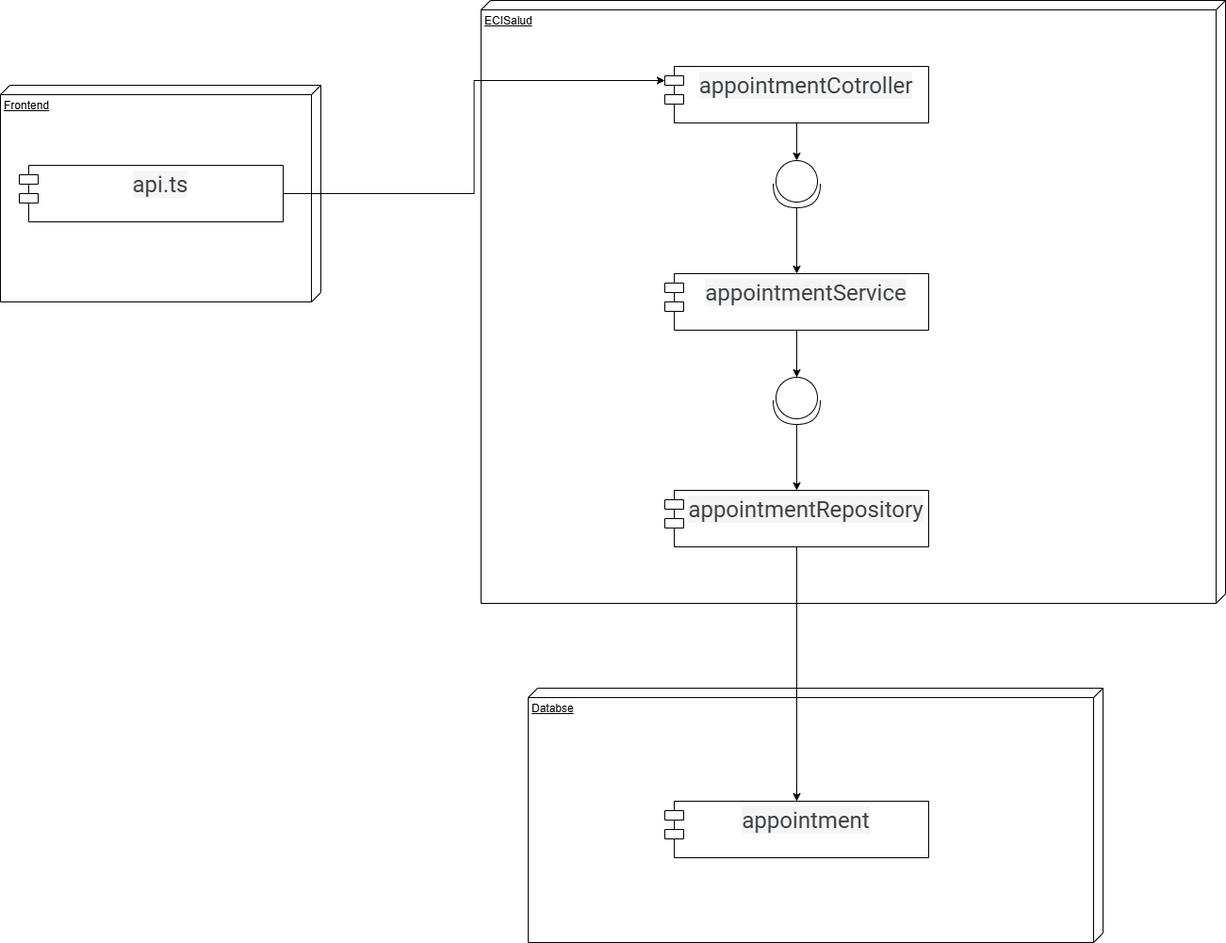
Before: assets/imgs/Componentes.png, a diagram exported from draw.io (MimiRandomS/CVDS_TercerParcial). Source tidied: cells renumbered, new cells last; positions are measured from the earlier drawing's top-left corner, leaving out a move shared by most shapes. The source it was exported from:
```xml
<mxGraphModel>
  <root>
    <mxCell id="0" />
    <mxCell id="1" parent="0" />
    <mxCell id="2" value="Databse" style="verticalAlign=top;align=left;spacingTop=8;spacingLeft=2;spacingRight=12;shape=cube;size=10;direction=south;fontStyle=4;html=1;whiteSpace=wrap;" parent="1" vertex="1">
      <mxGeometry x="560" y="730" width="610" height="270" as="geometry" />
    </mxCell>
    <mxCell id="3" value="ECISalud&lt;span style=&quot;color: rgba(0, 0, 0, 0); font-family: monospace; font-size: 0px; text-wrap-mode: nowrap;&quot;&gt;%3CmxGraphModel%3E%3Croot%3E%3CmxCell%20id%3D%220%22%2F%3E%3CmxCell%20id%3D%221%22%20parent%3D%220%22%2F%3E%3CmxCell%20id%3D%222%22%20value%3D%22%22%20style%3D%22shape%3DprovidedRequiredInterface%3Bhtml%3D1%3BverticalLabelPosition%3Dbottom%3Bsketch%3D0%3B%22%20vertex%3D%221%22%20parent%3D%221%22%3E%3CmxGeometry%20x%3D%22500%22%20y%3D%22255%22%20width%3D%2250%22%20height%3D%2250%22%20as%3D%22geometry%22%2F%3E%3C%2FmxCell%3E%3C%2Froot%3E%3C%2FmxGraphModel%3E&lt;/span&gt;" style="verticalAlign=top;align=left;spacingTop=8;spacingLeft=2;spacingRight=12;shape=cube;size=10;direction=south;fontStyle=4;html=1;whiteSpace=wrap;" parent="1" vertex="1">
      <mxGeometry x="510" width="790" height="640" as="geometry" />
    </mxCell>
    <mxCell id="4" value="&lt;span style=&quot;color: rgb(60, 64, 67); font-family: Roboto, RobotoDraft, Helvetica, Arial, sans-serif; font-size: 24px; text-align: start; white-space-collapse: preserve; background-color: rgb(245, 245, 245);&quot;&gt;appointmentCotroller&lt;/span&gt;&lt;div&gt;&lt;span style=&quot;color: rgb(60, 64, 67); font-family: Roboto, RobotoDraft, Helvetica, Arial, sans-serif; font-size: 24px; text-align: start; white-space-collapse: preserve; background-color: rgb(245, 245, 245);&quot;&gt;&lt;br&gt;&lt;/span&gt;&lt;/div&gt;" style="shape=module;align=left;spacingLeft=20;align=center;verticalAlign=top;whiteSpace=wrap;html=1;" parent="1" vertex="1">
      <mxGeometry x="705" y="70" width="280" height="60" as="geometry" />
    </mxCell>
    <mxCell id="5" style="edgeStyle=orthogonalEdgeStyle;rounded=0;jettySize=auto;html=1;exitX=0.5;exitY=1;exitDx=0;exitDy=0;" parent="1" edge="1" source="6" target="14">
      <mxGeometry relative="1" as="geometry" />
    </mxCell>
    <mxCell id="6" value="&lt;span style=&quot;color: rgb(60, 64, 67); font-family: Roboto, RobotoDraft, Helvetica, Arial, sans-serif; font-size: 24px; text-align: start; white-space-collapse: preserve; background-color: rgb(245, 245, 245);&quot;&gt;appointmentRepository&lt;/span&gt;&lt;div&gt;&lt;div&gt;&lt;span style=&quot;color: rgb(60, 64, 67); font-family: Roboto, RobotoDraft, Helvetica, Arial, sans-serif; font-size: 24px; text-align: start; white-space-collapse: preserve; background-color: rgb(245, 245, 245);&quot;&gt;&lt;br&gt;&lt;/span&gt;&lt;/div&gt;&lt;/div&gt;" style="shape=module;align=left;spacingLeft=20;align=center;verticalAlign=top;whiteSpace=wrap;html=1;" parent="1" vertex="1">
      <mxGeometry x="705" y="520" width="280" height="60" as="geometry" />
    </mxCell>
    <mxCell id="7" style="edgeStyle=orthogonalEdgeStyle;rounded=0;jettySize=auto;html=1;exitX=0.5;exitY=1;exitDx=0;exitDy=0;" parent="1" edge="1" source="8" target="13">
      <mxGeometry relative="1" as="geometry" />
    </mxCell>
    <mxCell id="8" value="&lt;span style=&quot;color: rgb(60, 64, 67); font-family: Roboto, RobotoDraft, Helvetica, Arial, sans-serif; font-size: 24px; text-align: start; white-space-collapse: preserve; background-color: rgb(245, 245, 245);&quot;&gt;appointmentService&lt;/span&gt;&lt;div&gt;&lt;div&gt;&lt;div&gt;&lt;span style=&quot;color: rgb(60, 64, 67); font-family: Roboto, RobotoDraft, Helvetica, Arial, sans-serif; font-size: 24px; text-align: start; white-space-collapse: preserve; background-color: rgb(245, 245, 245);&quot;&gt;&lt;br&gt;&lt;/span&gt;&lt;/div&gt;&lt;/div&gt;&lt;/div&gt;" style="shape=module;align=left;spacingLeft=20;align=center;verticalAlign=top;whiteSpace=wrap;html=1;" parent="1" vertex="1">
      <mxGeometry x="705" y="290" width="280" height="60" as="geometry" />
    </mxCell>
    <mxCell id="9" style="edgeStyle=orthogonalEdgeStyle;rounded=0;jettySize=auto;html=1;" parent="1" edge="1" source="10" target="8">
      <mxGeometry relative="1" as="geometry" />
    </mxCell>
    <mxCell id="10" style="shape=providedRequiredInterface;html=1;verticalLabelPosition=bottom;sketch=0;rotation=90;" parent="1" vertex="1">
      <mxGeometry x="820" y="170" width="50" height="50" as="geometry" />
    </mxCell>
    <mxCell id="11" style="edgeStyle=orthogonalEdgeStyle;rounded=0;jettySize=auto;html=1;entryX=0;entryY=0.5;entryDx=0;entryDy=0;entryPerimeter=0;" parent="1" edge="1" source="4" target="10">
      <mxGeometry relative="1" as="geometry" />
    </mxCell>
    <mxCell id="12" style="edgeStyle=orthogonalEdgeStyle;rounded=0;jettySize=auto;html=1;entryX=0.5;entryY=0;entryDx=0;entryDy=0;" parent="1" edge="1" source="13" target="6">
      <mxGeometry relative="1" as="geometry" />
    </mxCell>
    <mxCell id="13" style="shape=providedRequiredInterface;html=1;verticalLabelPosition=bottom;sketch=0;rotation=90;" parent="1" vertex="1">
      <mxGeometry x="820" y="400" width="50" height="50" as="geometry" />
    </mxCell>
    <mxCell id="14" value="&lt;span style=&quot;color: rgb(60, 64, 67); font-family: Roboto, RobotoDraft, Helvetica, Arial, sans-serif; font-size: 24px; text-align: start; white-space-collapse: preserve; background-color: rgb(245, 245, 245);&quot;&gt;appointment&lt;/span&gt;&lt;div&gt;&lt;div&gt;&lt;span style=&quot;color: rgb(60, 64, 67); font-family: Roboto, RobotoDraft, Helvetica, Arial, sans-serif; font-size: 24px; text-align: start; white-space-collapse: preserve; background-color: rgb(245, 245, 245);&quot;&gt;&lt;br&gt;&lt;/span&gt;&lt;/div&gt;&lt;/div&gt;" style="shape=module;align=left;spacingLeft=20;align=center;verticalAlign=top;whiteSpace=wrap;html=1;" parent="1" vertex="1">
      <mxGeometry x="705" y="850" width="280" height="60" as="geometry" />
    </mxCell>
    <mxCell id="15" value="Frontend" style="verticalAlign=top;align=left;spacingTop=8;spacingLeft=2;spacingRight=12;shape=cube;size=10;direction=south;fontStyle=4;html=1;whiteSpace=wrap;" parent="1" vertex="1">
      <mxGeometry y="90" width="340" height="230" as="geometry" />
    </mxCell>
    <mxCell id="16" value="&lt;div&gt;&lt;span style=&quot;color: rgb(60, 64, 67); font-family: Roboto, RobotoDraft, Helvetica, Arial, sans-serif; font-size: 24px; text-align: start; white-space-collapse: preserve; background-color: rgb(245, 245, 245);&quot;&gt;api.ts&lt;/span&gt;&lt;/div&gt;" style="shape=module;align=left;spacingLeft=20;align=center;verticalAlign=top;whiteSpace=wrap;html=1;" parent="1" vertex="1">
      <mxGeometry x="20" y="175" width="280" height="60" as="geometry" />
    </mxCell>
    <mxCell id="17" style="edgeStyle=orthogonalEdgeStyle;rounded=0;jettySize=auto;html=1;exitX=1;exitY=0.5;exitDx=0;exitDy=0;entryX=0;entryY=0;entryDx=0;entryDy=15;entryPerimeter=0;" parent="1" edge="1" source="16" target="4">
      <mxGeometry relative="1" as="geometry" />
    </mxCell>
  </root>
</mxGraphModel>
```
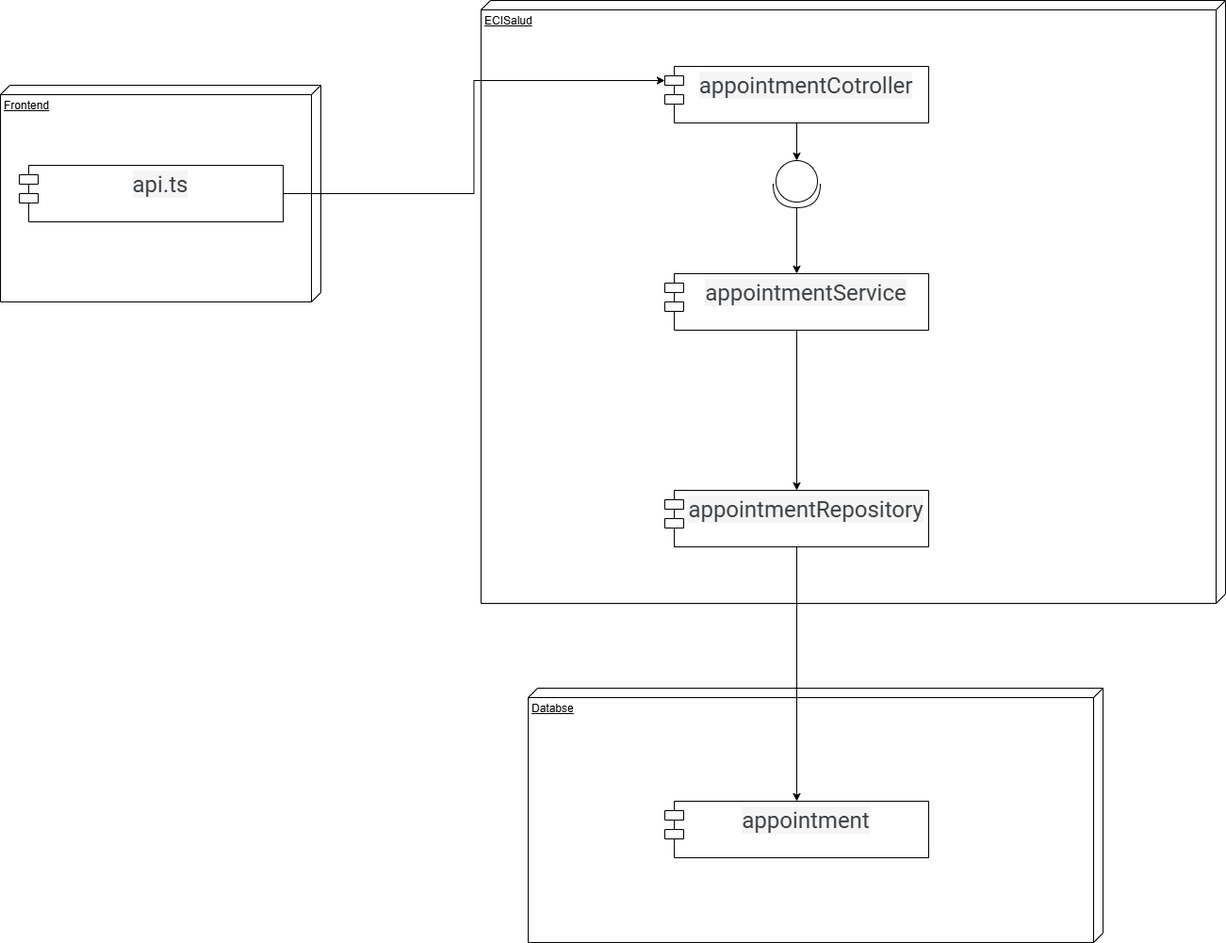
After the change.

Change to the diagram source:
```diff
@@ -17,7 +17,7 @@
     <mxCell id="6" value="&lt;span style=&quot;color: rgb(60, 64, 67); font-family: Roboto, RobotoDraft, Helvetica, Arial, sans-serif; font-size: 24px; text-align: start; white-space-collapse: preserve; background-color: rgb(245, 245, 245);&quot;&gt;appointmentRepository&lt;/span&gt;&lt;div&gt;&lt;div&gt;&lt;span style=&quot;color: rgb(60, 64, 67); font-family: Roboto, RobotoDraft, Helvetica, Arial, sans-serif; font-size: 24px; text-align: start; white-space-collapse: preserve; background-color: rgb(245, 245, 245);&quot;&gt;&lt;br&gt;&lt;/span&gt;&lt;/div&gt;&lt;/div&gt;" style="shape=module;align=left;spacingLeft=20;align=center;verticalAlign=top;whiteSpace=wrap;html=1;" parent="1" vertex="1">
       <mxGeometry x="705" y="520" width="280" height="60" as="geometry" />
     </mxCell>
-    <mxCell id="7" style="edgeStyle=orthogonalEdgeStyle;rounded=0;jettySize=auto;html=1;exitX=0.5;exitY=1;exitDx=0;exitDy=0;" parent="1" edge="1" source="8" target="13">
+    <mxCell id="7" style="edgeStyle=orthogonalEdgeStyle;rounded=0;jettySize=auto;html=1;exitX=0.5;exitY=1;exitDx=0;exitDy=0;" parent="1" edge="1" source="8" target="6">
       <mxGeometry relative="1" as="geometry" />
     </mxCell>
     <mxCell id="8" value="&lt;span style=&quot;color: rgb(60, 64, 67); font-family: Roboto, RobotoDraft, Helvetica, Arial, sans-serif; font-size: 24px; text-align: start; white-space-collapse: preserve; background-color: rgb(245, 245, 245);&quot;&gt;appointmentService&lt;/span&gt;&lt;div&gt;&lt;div&gt;&lt;div&gt;&lt;span style=&quot;color: rgb(60, 64, 67); font-family: Roboto, RobotoDraft, Helvetica, Arial, sans-serif; font-size: 24px; text-align: start; white-space-collapse: preserve; background-color: rgb(245, 245, 245);&quot;&gt;&lt;br&gt;&lt;/span&gt;&lt;/div&gt;&lt;/div&gt;&lt;/div&gt;" style="shape=module;align=left;spacingLeft=20;align=center;verticalAlign=top;whiteSpace=wrap;html=1;" parent="1" vertex="1">
@@ -32,12 +32,6 @@
     <mxCell id="11" style="edgeStyle=orthogonalEdgeStyle;rounded=0;jettySize=auto;html=1;entryX=0;entryY=0.5;entryDx=0;entryDy=0;entryPerimeter=0;" parent="1" edge="1" source="4" target="10">
       <mxGeometry relative="1" as="geometry" />
     </mxCell>
-    <mxCell id="12" style="edgeStyle=orthogonalEdgeStyle;rounded=0;jettySize=auto;html=1;entryX=0.5;entryY=0;entryDx=0;entryDy=0;" parent="1" edge="1" source="13" target="6">
-      <mxGeometry relative="1" as="geometry" />
-    </mxCell>
-    <mxCell id="13" style="shape=providedRequiredInterface;html=1;verticalLabelPosition=bottom;sketch=0;rotation=90;" parent="1" vertex="1">
-      <mxGeometry x="820" y="400" width="50" height="50" as="geometry" />
-    </mxCell>
     <mxCell id="14" value="&lt;span style=&quot;color: rgb(60, 64, 67); font-family: Roboto, RobotoDraft, Helvetica, Arial, sans-serif; font-size: 24px; text-align: start; white-space-collapse: preserve; background-color: rgb(245, 245, 245);&quot;&gt;appointment&lt;/span&gt;&lt;div&gt;&lt;div&gt;&lt;span style=&quot;color: rgb(60, 64, 67); font-family: Roboto, RobotoDraft, Helvetica, Arial, sans-serif; font-size: 24px; text-align: start; white-space-collapse: preserve; background-color: rgb(245, 245, 245);&quot;&gt;&lt;br&gt;&lt;/span&gt;&lt;/div&gt;&lt;/div&gt;" style="shape=module;align=left;spacingLeft=20;align=center;verticalAlign=top;whiteSpace=wrap;html=1;" parent="1" vertex="1">
       <mxGeometry x="705" y="850" width="280" height="60" as="geometry" />
     </mxCell>
```
